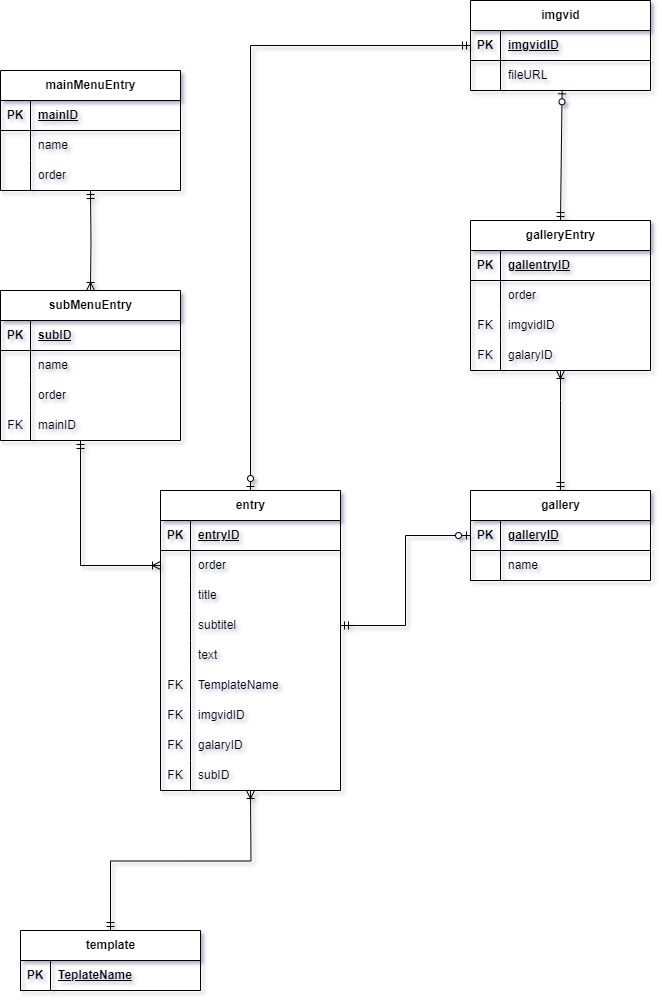
Earlier version of the draw.io export src/Database/DBSchema.png (Werzu25/MusikbezirkSilz). Source tidied: cells renumbered, new cells last; positions are measured from the earlier drawing's top-left corner, leaving out a move shared by most shapes.
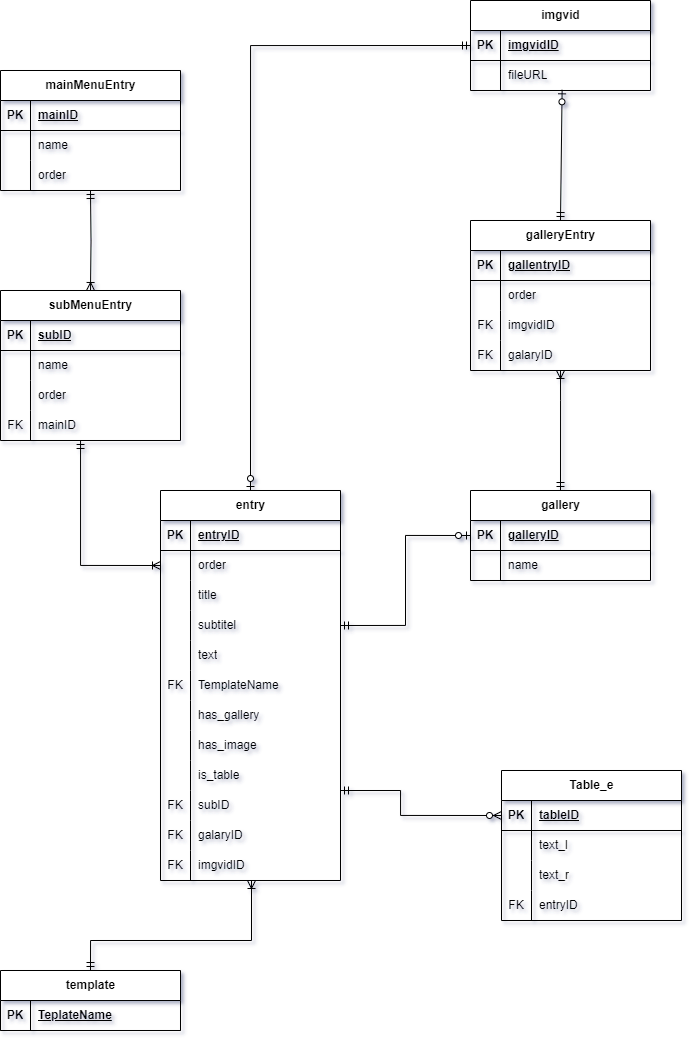
Later version of the same file.

What changed in the source:
```diff
@@ -3,7 +3,7 @@
     <mxCell id="0" />
     <mxCell id="1" parent="0" />
     <mxCell id="2" value="entry" style="shape=table;startSize=30;rowLines=0;fontStyle=1;align=center;html=1;verticalAlign=middle;horizontal=1;" parent="1" vertex="1">
-      <mxGeometry x="160" y="490" width="180" height="300" as="geometry" />
+      <mxGeometry x="160" y="490" width="180" height="390" as="geometry" />
     </mxCell>
     <mxCell id="3" style="shape=tableRow;horizontal=0;startSize=0;swimlaneHead=0;swimlaneBody=0;fillColor=none;top=0;left=0;right=0;bottom=1;" parent="2" vertex="1">
       <mxGeometry y="30" width="180" height="30" as="geometry" />
@@ -209,7 +209,7 @@
       <mxGeometry x="30" width="150" height="30" as="geometry" />
     </mxCell>
     <mxCell id="69" value="template" style="shape=table;startSize=30;rowLines=0;fontStyle=1;align=center;html=1;" parent="1" vertex="1">
-      <mxGeometry x="20" y="930" width="180" height="60" as="geometry" />
+      <mxGeometry y="970" width="180" height="60" as="geometry" />
     </mxCell>
     <mxCell id="70" style="shape=tableRow;horizontal=0;startSize=0;swimlaneHead=0;swimlaneBody=0;fillColor=none;top=0;left=0;right=0;bottom=1;" parent="69" vertex="1">
       <mxGeometry y="30" width="180" height="30" as="geometry" />
@@ -225,7 +225,11 @@
     </mxCell>
     <mxCell id="74" style="edgeStyle=orthogonalEdgeStyle;fontSize=12;html=1;endArrow=ERoneToMany;startArrow=ERmandOne;rounded=0;exitX=0.5;exitY=0;exitDx=0;exitDy=0;" parent="1" edge="1" source="69">
       <mxGeometry relative="1" as="geometry">
-        <mxPoint x="250" y="790" as="targetPoint" />
+        <mxPoint x="250" y="880" as="targetPoint" />
+        <Array as="points">
+          <mxPoint x="90" y="940" />
+          <mxPoint x="251" y="940" />
+        </Array>
       </mxGeometry>
     </mxCell>
     <mxCell id="75" style="edgeStyle=orthogonalEdgeStyle;fontSize=12;html=1;endArrow=ERoneToMany;startArrow=ERmandOne;rounded=0;entryX=0;entryY=0.5;entryDx=0;entryDy=0;" parent="1" edge="1" source="66" target="6">
@@ -252,32 +256,95 @@
     <mxCell id="80" value="FK" style="shape=partialRectangle;fillColor=none;top=0;left=0;bottom=0;right=0;overflow=hidden;whiteSpace=wrap;html=1;" parent="1" vertex="1">
       <mxGeometry x="160" y="670" width="30" height="30" as="geometry" />
     </mxCell>
-    <mxCell id="81" style="shape=tableRow;horizontal=0;startSize=0;swimlaneHead=0;swimlaneBody=0;fillColor=none;top=0;left=0;right=0;bottom=0;" parent="1" vertex="1">
-      <mxGeometry x="160" y="650" width="180" height="30" as="geometry" />
-    </mxCell>
-    <mxCell id="82" style="shape=partialRectangle;fillColor=none;top=0;left=0;bottom=0;right=0;overflow=hidden;whiteSpace=wrap;html=1;" parent="81" vertex="1">
-      <mxGeometry width="30" height="30" as="geometry" />
-    </mxCell>
-    <mxCell id="83" value="text" style="shape=partialRectangle;fillColor=none;top=0;left=1;bottom=0;right=0;align=left;spacingLeft=6;overflow=hidden;whiteSpace=wrap;html=1;" parent="81" vertex="1">
-      <mxGeometry x="30" y="-10" width="150" height="30" as="geometry" />
-    </mxCell>
     <mxCell id="84" value="imgvidID" style="shape=partialRectangle;fillColor=none;top=0;left=1;bottom=0;right=0;align=left;spacingLeft=6;overflow=hidden;whiteSpace=wrap;html=1;" parent="1" vertex="1">
-      <mxGeometry x="190" y="700" width="150" height="30" as="geometry" />
+      <mxGeometry x="190" y="850" width="150" height="30" as="geometry" />
     </mxCell>
     <mxCell id="85" value="FK" style="shape=partialRectangle;fillColor=none;top=0;left=0;bottom=0;right=0;overflow=hidden;whiteSpace=wrap;html=1;" parent="1" vertex="1">
-      <mxGeometry x="160" y="700" width="30" height="30" as="geometry" />
+      <mxGeometry x="160" y="820" width="30" height="30" as="geometry" />
     </mxCell>
     <mxCell id="86" value="galaryID" style="shape=partialRectangle;fillColor=none;top=0;left=1;bottom=0;right=0;align=left;spacingLeft=6;overflow=hidden;whiteSpace=wrap;html=1;" parent="1" vertex="1">
-      <mxGeometry x="190" y="730" width="160" height="30" as="geometry" />
+      <mxGeometry x="190" y="820" width="160" height="30" as="geometry" />
     </mxCell>
     <mxCell id="87" value="FK" style="shape=partialRectangle;fillColor=none;top=0;left=0;bottom=0;right=0;overflow=hidden;whiteSpace=wrap;html=1;" parent="1" vertex="1">
-      <mxGeometry x="160" y="730" width="30" height="30" as="geometry" />
+      <mxGeometry x="160" y="850" width="30" height="30" as="geometry" />
     </mxCell>
     <mxCell id="88" value="subID" style="shape=partialRectangle;fillColor=none;top=0;left=1;bottom=0;right=0;align=left;spacingLeft=6;overflow=hidden;whiteSpace=wrap;html=1;" parent="1" vertex="1">
-      <mxGeometry x="190" y="760" width="160" height="30" as="geometry" />
+      <mxGeometry x="190" y="790" width="160" height="30" as="geometry" />
     </mxCell>
     <mxCell id="89" value="FK" style="shape=partialRectangle;fillColor=none;top=0;left=0;bottom=0;right=0;overflow=hidden;whiteSpace=wrap;html=1;" parent="1" vertex="1">
-      <mxGeometry x="160" y="760" width="30" height="30" as="geometry" />
+      <mxGeometry x="160" y="790" width="30" height="30" as="geometry" />
     </mxCell>
+    <mxCell id="81" style="shape=tableRow;horizontal=0;startSize=0;swimlaneHead=0;swimlaneBody=0;fillColor=none;top=0;left=0;right=0;bottom=0;" parent="1" vertex="1">
+      <mxGeometry x="160" y="650" width="180" height="30" as="geometry" />
+    </mxCell>
+    <mxCell id="83" value="text" style="shape=partialRectangle;fillColor=none;top=0;left=1;bottom=0;right=0;align=left;spacingLeft=6;overflow=hidden;whiteSpace=wrap;html=1;" parent="81" vertex="1">
+      <mxGeometry x="30" y="-10" width="150" height="30" as="geometry" />
+    </mxCell>
+    <mxCell id="90" style="shape=tableRow;horizontal=0;startSize=0;swimlaneHead=0;swimlaneBody=0;fillColor=none;top=0;left=0;right=0;bottom=0;" parent="1" vertex="1">
+      <mxGeometry x="160" y="710" width="180" height="30" as="geometry" />
+    </mxCell>
+    <mxCell id="91" value="has_gallery" style="shape=partialRectangle;fillColor=none;top=0;left=1;bottom=0;right=0;align=left;spacingLeft=6;overflow=hidden;whiteSpace=wrap;html=1;" parent="90" vertex="1">
+      <mxGeometry x="30" y="-10" width="150" height="30" as="geometry" />
+    </mxCell>
+    <mxCell id="92" style="shape=tableRow;horizontal=0;startSize=0;swimlaneHead=0;swimlaneBody=0;fillColor=none;top=0;left=0;right=0;bottom=0;" parent="1" vertex="1">
+      <mxGeometry x="160" y="740" width="180" height="30" as="geometry" />
+    </mxCell>
+    <mxCell id="93" style="shape=tableRow;horizontal=0;startSize=0;swimlaneHead=0;swimlaneBody=0;fillColor=none;top=0;left=0;right=0;bottom=0;" parent="1" vertex="1">
+      <mxGeometry x="160" y="770" width="180" height="30" as="geometry" />
+    </mxCell>
+    <mxCell id="94" value="is_table" style="shape=partialRectangle;fillColor=none;top=0;left=1;bottom=0;right=0;align=left;spacingLeft=6;overflow=hidden;whiteSpace=wrap;html=1;" parent="1" vertex="1">
+      <mxGeometry x="190" y="760" width="150" height="30" as="geometry" />
+    </mxCell>
+    <mxCell id="95" value="has_image" style="shape=partialRectangle;fillColor=none;top=0;left=1;bottom=0;right=0;align=left;spacingLeft=6;overflow=hidden;whiteSpace=wrap;html=1;" parent="1" vertex="1">
+      <mxGeometry x="190" y="730" width="150" height="30" as="geometry" />
+    </mxCell>
+    <mxCell id="96" value="Table_e" style="shape=table;startSize=30;rowLines=0;fontStyle=1;align=center;html=1;" parent="1" vertex="1">
+      <mxGeometry x="501" y="770" width="180" height="150" as="geometry" />
+    </mxCell>
+    <mxCell id="97" style="shape=tableRow;horizontal=0;startSize=0;swimlaneHead=0;swimlaneBody=0;fillColor=none;points=[[0,0.5],[1,0.5]];portConstraint=eastwest;top=0;left=0;right=0;bottom=1;" parent="96" vertex="1">
+      <mxGeometry y="30" width="180" height="30" as="geometry" />
+    </mxCell>
+    <mxCell id="98" value="PK" style="shape=partialRectangle;fillColor=none;top=0;left=0;bottom=0;right=0;fontStyle=1;overflow=hidden;whiteSpace=wrap;html=1;" parent="97" vertex="1">
+      <mxGeometry width="30" height="30" as="geometry" />
+    </mxCell>
+    <mxCell id="99" value="tableID" style="shape=partialRectangle;fillColor=none;top=0;left=0;bottom=0;right=0;align=left;spacingLeft=6;fontStyle=5;overflow=hidden;whiteSpace=wrap;html=1;" parent="97" vertex="1">
+      <mxGeometry x="30" width="150" height="30" as="geometry" />
+    </mxCell>
+    <mxCell id="100" style="shape=tableRow;horizontal=0;startSize=0;swimlaneHead=0;swimlaneBody=0;fillColor=none;top=0;left=0;right=0;bottom=0;" parent="96" vertex="1">
+      <mxGeometry y="60" width="180" height="30" as="geometry" />
+    </mxCell>
+    <mxCell id="101" style="shape=partialRectangle;fillColor=none;top=0;left=0;bottom=0;right=0;overflow=hidden;whiteSpace=wrap;html=1;" parent="100" vertex="1">
+      <mxGeometry width="30" height="30" as="geometry" />
+    </mxCell>
+    <mxCell id="102" value="text_l" style="shape=partialRectangle;fillColor=none;top=0;left=0;bottom=0;right=0;align=left;spacingLeft=6;overflow=hidden;whiteSpace=wrap;html=1;" parent="100" vertex="1">
+      <mxGeometry x="30" width="150" height="30" as="geometry" />
+    </mxCell>
+    <mxCell id="103" style="shape=tableRow;horizontal=0;startSize=0;swimlaneHead=0;swimlaneBody=0;fillColor=none;top=0;left=0;right=0;bottom=0;" parent="96" vertex="1">
+      <mxGeometry y="90" width="180" height="30" as="geometry" />
+    </mxCell>
+    <mxCell id="104" style="shape=partialRectangle;fillColor=none;top=0;left=0;bottom=0;right=0;overflow=hidden;whiteSpace=wrap;html=1;" parent="103" vertex="1">
+      <mxGeometry width="30" height="30" as="geometry" />
+    </mxCell>
+    <mxCell id="105" value="text_r" style="shape=partialRectangle;fillColor=none;top=0;left=0;bottom=0;right=0;align=left;spacingLeft=6;overflow=hidden;whiteSpace=wrap;html=1;" parent="103" vertex="1">
+      <mxGeometry x="30" width="150" height="30" as="geometry" />
+    </mxCell>
+    <mxCell id="106" style="shape=tableRow;horizontal=0;startSize=0;swimlaneHead=0;swimlaneBody=0;fillColor=none;top=0;left=0;right=0;bottom=0;" parent="96" vertex="1">
+      <mxGeometry y="120" width="180" height="30" as="geometry" />
+    </mxCell>
+    <mxCell id="107" value="FK" style="shape=partialRectangle;fillColor=none;top=0;left=0;bottom=0;right=0;overflow=hidden;whiteSpace=wrap;html=1;" parent="106" vertex="1">
+      <mxGeometry width="30" height="30" as="geometry" />
+    </mxCell>
+    <mxCell id="108" value="entryID" style="shape=partialRectangle;fillColor=none;top=0;left=0;bottom=0;right=0;align=left;spacingLeft=6;overflow=hidden;whiteSpace=wrap;html=1;" parent="106" vertex="1">
+      <mxGeometry x="30" width="150" height="30" as="geometry" />
+    </mxCell>
+    <mxCell id="109" style="edgeStyle=orthogonalEdgeStyle;fontSize=12;html=1;endArrow=ERzeroToMany;startArrow=ERmandOne;rounded=0;entryX=0;entryY=0.5;entryDx=0;entryDy=0;" parent="1" edge="1" target="97">
+      <mxGeometry relative="1" as="geometry">
+        <mxPoint x="340" y="790" as="sourcePoint" />
+        <Array as="points">
+          <mxPoint x="400" y="790" />
+          <mxPoint x="400" y="815" />
+        </Array>
+      </mxGeometry>
+    </mxCell>
   </root>
 </mxGraphModel>
```
